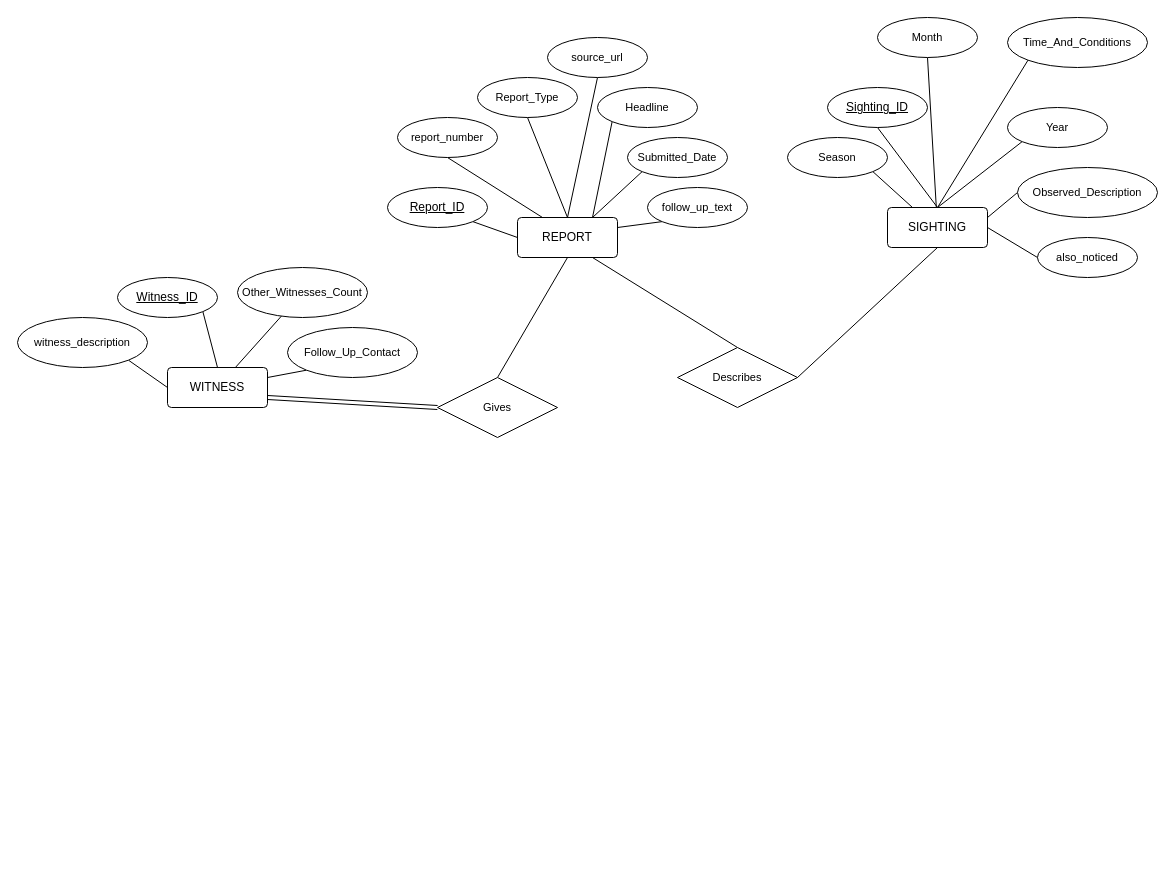
Before: bigfoot-diagrams.drawio in Bigfoot-In-Ass/bigfoot-sighting-db, a draw.io diagram. Source tidied: cells renumbered, new cells numbered last; positions are measured from the earlier drawing's top-left corner, leaving out a move shared by most shapes. Both pictures are drawn from the tidied source at 100%, with x=0, y=0 at pixel (17, 17).
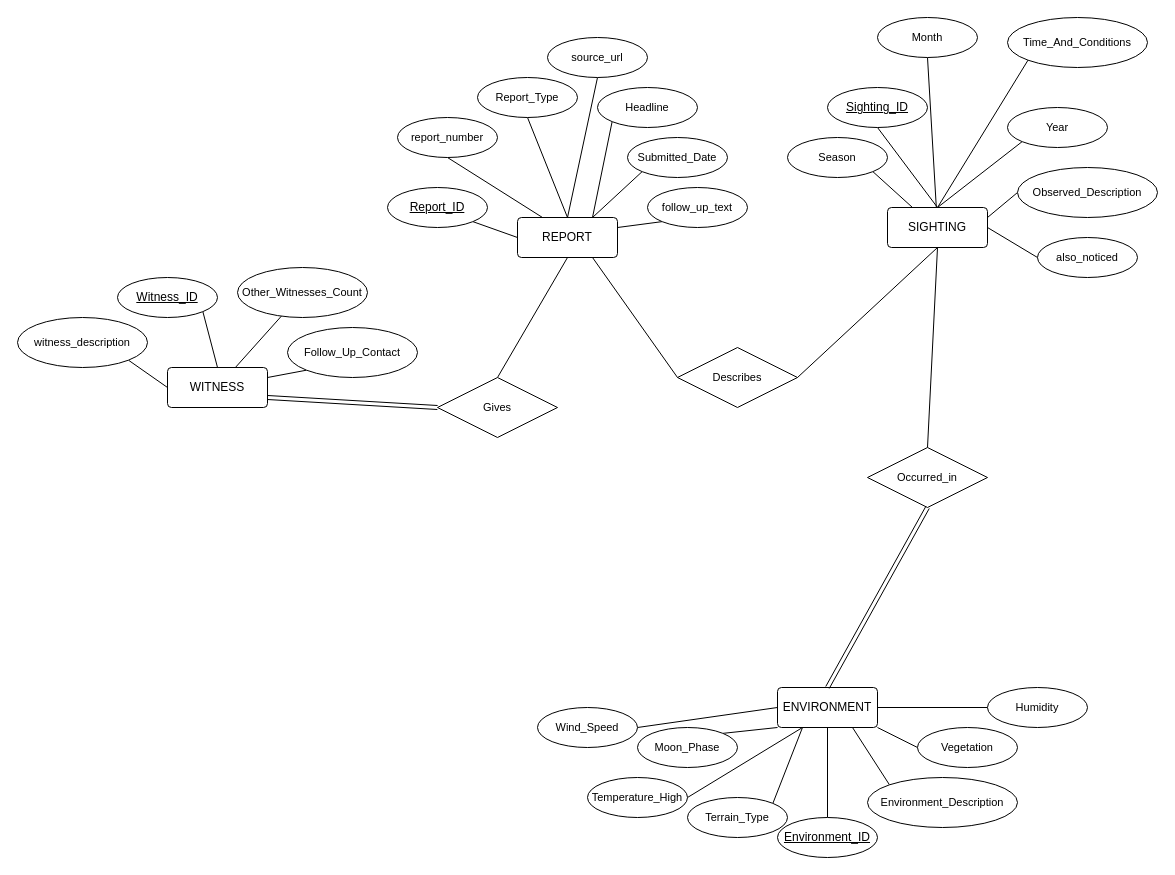
The same page after the edit.

Commit message:
resource.erd: added `ENVIRONMENT` Entity

Unchanged cells that the change refers to:
```xml
<mxCell id="4" value="REPORT" style="rounded=1;arcSize=10;whiteSpace=wrap;html=1;align=center;" parent="1" vertex="1">
  <mxGeometry x="500" y="200" width="100" height="40" as="geometry" />
</mxCell>
<mxCell id="31" value="SIGHTING" style="rounded=1;arcSize=10;whiteSpace=wrap;html=1;align=center;" parent="1" vertex="1">
  <mxGeometry x="870" y="190" width="100" height="40" as="geometry" />
</mxCell>
<mxCell id="46" value="Describes" style="shape=rhombus;perimeter=rhombusPerimeter;whiteSpace=wrap;html=1;align=center;fontFamily=Helvetica;fontSize=11;fontColor=default;labelBackgroundColor=default;" parent="1" vertex="1">
  <mxGeometry x="660" y="330" width="120" height="60" as="geometry" />
</mxCell>
```

What changed in the source:
```diff
@@
-    <mxCell id="3" style="edgeStyle=none;shape=connector;rounded=1;html=1;exitX=0.75;exitY=1;exitDx=0;exitDy=0;entryX=0.5;entryY=0;entryDx=0;entryDy=0;strokeColor=default;align=center;verticalAlign=middle;fontFamily=Helvetica;fontSize=11;fontColor=default;labelBackgroundColor=default;endArrow=none;endFill=0;" parent="1" edge="1" source="4" target="46">
+    <mxCell id="3" style="edgeStyle=none;shape=connector;rounded=1;html=1;exitX=0.75;exitY=1;exitDx=0;exitDy=0;entryX=0;entryY=0.5;entryDx=0;entryDy=0;strokeColor=default;align=center;verticalAlign=middle;fontFamily=Helvetica;fontSize=11;fontColor=default;labelBackgroundColor=default;endArrow=none;endFill=0;" parent="1" edge="1" source="4" target="46">
       <mxGeometry relative="1" as="geometry" />
     </mxCell>
@@
+    <mxCell id="47" style="edgeStyle=none;shape=connector;rounded=1;html=1;exitX=0.5;exitY=1;exitDx=0;exitDy=0;entryX=0.5;entryY=0;entryDx=0;entryDy=0;strokeColor=default;align=center;verticalAlign=middle;fontFamily=Helvetica;fontSize=11;fontColor=default;labelBackgroundColor=default;endArrow=none;endFill=0;" parent="1" edge="1" source="31" target="66">
+      <mxGeometry relative="1" as="geometry" />
+    </mxCell>
@@
+    <mxCell id="48" style="group;" parent="1" vertex="1">
+      <mxGeometry x="520" y="670" width="550" height="170" as="geometry" />
+    </mxCell>
+    <mxCell id="49" style="edgeStyle=none;shape=connector;rounded=1;html=1;strokeColor=default;align=center;verticalAlign=middle;fontFamily=Helvetica;fontSize=11;fontColor=default;labelBackgroundColor=default;endArrow=none;endFill=0;" parent="48" edge="1" source="50" target="61">
+      <mxGeometry relative="1" as="geometry" />
+    </mxCell>
+    <mxCell id="50" value="ENVIRONMENT" style="rounded=1;arcSize=10;whiteSpace=wrap;html=1;align=center;" parent="48" vertex="1">
+      <mxGeometry x="240" width="100" height="40" as="geometry" />
+    </mxCell>
+    <mxCell id="51" style="edgeStyle=none;shape=connector;rounded=1;html=1;exitX=0.5;exitY=0;exitDx=0;exitDy=0;entryX=0.5;entryY=1;entryDx=0;entryDy=0;strokeColor=default;align=center;verticalAlign=middle;fontFamily=Helvetica;fontSize=11;fontColor=default;labelBackgroundColor=default;endArrow=none;endFill=0;" parent="48" edge="1" source="52" target="50">
+      <mxGeometry relative="1" as="geometry" />
+    </mxCell>
+    <mxCell id="52" value="Environment_ID" style="ellipse;whiteSpace=wrap;html=1;align=center;fontStyle=4;" parent="48" vertex="1">
+      <mxGeometry x="240" y="130" width="100" height="40" as="geometry" />
+    </mxCell>
+    <mxCell id="53" style="edgeStyle=none;shape=connector;rounded=1;html=1;exitX=0;exitY=0;exitDx=0;exitDy=0;entryX=0.75;entryY=1;entryDx=0;entryDy=0;strokeColor=default;align=center;verticalAlign=middle;fontFamily=Helvetica;fontSize=11;fontColor=default;labelBackgroundColor=default;endArrow=none;endFill=0;" parent="48" edge="1" source="54" target="50">
+      <mxGeometry relative="1" as="geometry" />
+    </mxCell>
+    <mxCell id="54" value="Environment_Description" style="ellipse;whiteSpace=wrap;html=1;align=center;fontFamily=Helvetica;fontSize=11;fontColor=default;labelBackgroundColor=default;" parent="48" vertex="1">
+      <mxGeometry x="330" y="90" width="150" height="50" as="geometry" />
+    </mxCell>
+    <mxCell id="55" style="edgeStyle=none;shape=connector;rounded=1;html=1;exitX=1;exitY=0;exitDx=0;exitDy=0;entryX=0.25;entryY=1;entryDx=0;entryDy=0;strokeColor=default;align=center;verticalAlign=middle;fontFamily=Helvetica;fontSize=11;fontColor=default;labelBackgroundColor=default;endArrow=none;endFill=0;" parent="48" edge="1" source="56" target="50">
+      <mxGeometry relative="1" as="geometry" />
+    </mxCell>
+    <mxCell id="56" value="Terrain_Type" style="ellipse;whiteSpace=wrap;html=1;align=center;fontFamily=Helvetica;fontSize=11;fontColor=default;labelBackgroundColor=default;" parent="48" vertex="1">
+      <mxGeometry x="150" y="110" width="100" height="40" as="geometry" />
+    </mxCell>
+    <mxCell id="57" style="edgeStyle=none;shape=connector;rounded=1;html=1;exitX=0;exitY=0.5;exitDx=0;exitDy=0;entryX=1;entryY=1;entryDx=0;entryDy=0;strokeColor=default;align=center;verticalAlign=middle;fontFamily=Helvetica;fontSize=11;fontColor=default;labelBackgroundColor=default;endArrow=none;endFill=0;" parent="48" edge="1" source="58" target="50">
+      <mxGeometry relative="1" as="geometry" />
+    </mxCell>
+    <mxCell id="58" value="Vegetation" style="ellipse;whiteSpace=wrap;html=1;align=center;fontFamily=Helvetica;fontSize=11;fontColor=default;labelBackgroundColor=default;" parent="48" vertex="1">
+      <mxGeometry x="380" y="40" width="100" height="40" as="geometry" />
+    </mxCell>
+    <mxCell id="59" style="edgeStyle=none;shape=connector;rounded=1;html=1;exitX=1;exitY=0;exitDx=0;exitDy=0;entryX=0;entryY=1;entryDx=0;entryDy=0;strokeColor=default;align=center;verticalAlign=middle;fontFamily=Helvetica;fontSize=11;fontColor=default;labelBackgroundColor=default;endArrow=none;endFill=0;" parent="48" edge="1" source="60" target="50">
+      <mxGeometry relative="1" as="geometry" />
+    </mxCell>
+    <mxCell id="60" value="Moon_Phase" style="ellipse;whiteSpace=wrap;html=1;align=center;fontFamily=Helvetica;fontSize=11;fontColor=default;labelBackgroundColor=default;" parent="48" vertex="1">
+      <mxGeometry x="100" y="40" width="100" height="40" as="geometry" />
+    </mxCell>
+    <mxCell id="61" value="Humidity" style="ellipse;whiteSpace=wrap;html=1;align=center;fontFamily=Helvetica;fontSize=11;fontColor=default;labelBackgroundColor=default;" parent="48" vertex="1">
+      <mxGeometry x="450" width="100" height="40" as="geometry" />
+    </mxCell>
+    <mxCell id="62" style="edgeStyle=none;shape=connector;rounded=1;html=1;exitX=1;exitY=0.5;exitDx=0;exitDy=0;entryX=0;entryY=0.5;entryDx=0;entryDy=0;strokeColor=default;align=center;verticalAlign=middle;fontFamily=Helvetica;fontSize=11;fontColor=default;labelBackgroundColor=default;endArrow=none;endFill=0;" parent="48" edge="1" source="63" target="50">
+      <mxGeometry relative="1" as="geometry" />
+    </mxCell>
+    <mxCell id="63" value="Wind_Speed" style="ellipse;whiteSpace=wrap;html=1;align=center;fontFamily=Helvetica;fontSize=11;fontColor=default;labelBackgroundColor=default;" parent="48" vertex="1">
+      <mxGeometry y="20" width="100" height="40" as="geometry" />
+    </mxCell>
+    <mxCell id="64" style="edgeStyle=none;shape=connector;rounded=1;html=1;exitX=1;exitY=0.5;exitDx=0;exitDy=0;entryX=0.25;entryY=1;entryDx=0;entryDy=0;strokeColor=default;align=center;verticalAlign=middle;fontFamily=Helvetica;fontSize=11;fontColor=default;labelBackgroundColor=default;endArrow=none;endFill=0;" parent="48" edge="1" source="65" target="50">
+      <mxGeometry relative="1" as="geometry" />
+    </mxCell>
+    <mxCell id="65" value="Temperature_High" style="ellipse;whiteSpace=wrap;html=1;align=center;fontFamily=Helvetica;fontSize=11;fontColor=default;labelBackgroundColor=default;" parent="48" vertex="1">
+      <mxGeometry x="50" y="90" width="100" height="40" as="geometry" />
+    </mxCell>
+    <mxCell id="66" value="Occurred_in" style="shape=rhombus;perimeter=rhombusPerimeter;whiteSpace=wrap;html=1;align=center;fontFamily=Helvetica;fontSize=11;fontColor=default;labelBackgroundColor=default;" parent="1" vertex="1">
+      <mxGeometry x="850" y="430" width="120" height="60" as="geometry" />
+    </mxCell>
+    <mxCell id="67" style="edgeStyle=none;shape=link;rounded=1;html=1;exitX=0.5;exitY=0;exitDx=0;exitDy=0;entryX=0.5;entryY=1;entryDx=0;entryDy=0;strokeColor=default;align=center;verticalAlign=middle;fontFamily=Helvetica;fontSize=11;fontColor=default;labelBackgroundColor=default;endArrow=none;endFill=0;" parent="1" edge="1" source="50" target="66">
+      <mxGeometry relative="1" as="geometry" />
+    </mxCell>
```
